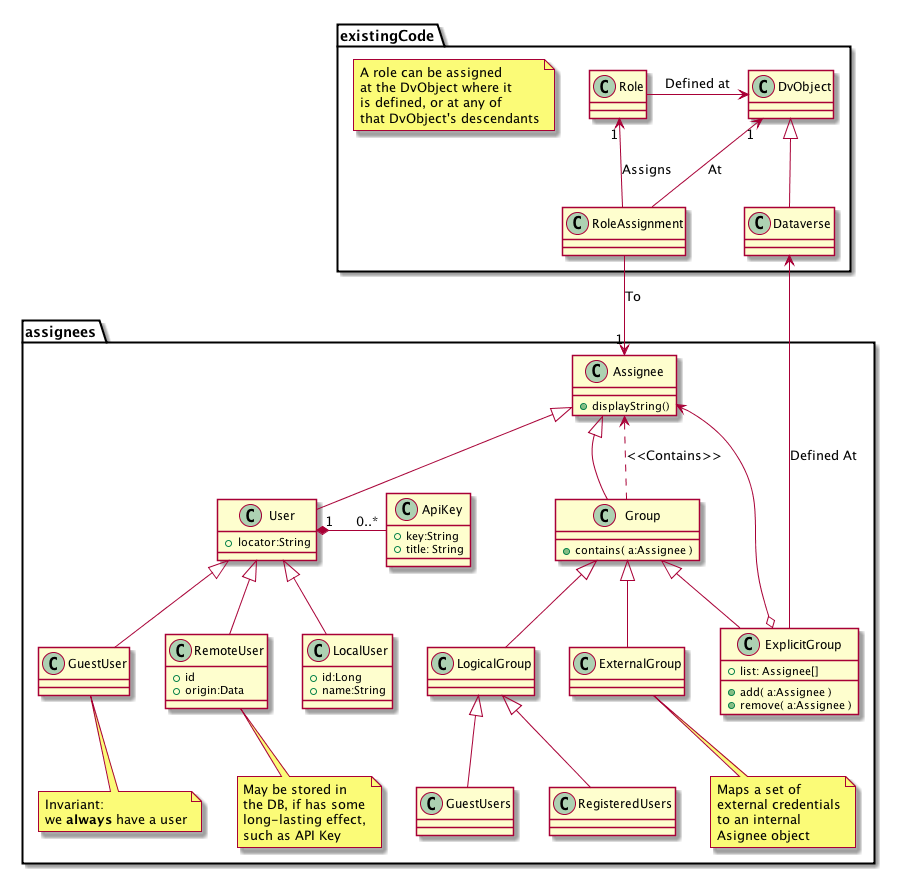
Before: doc/Architecture/UsersAndGroups.png, a diagram exported from PlantUML (IQSS/dataverse).
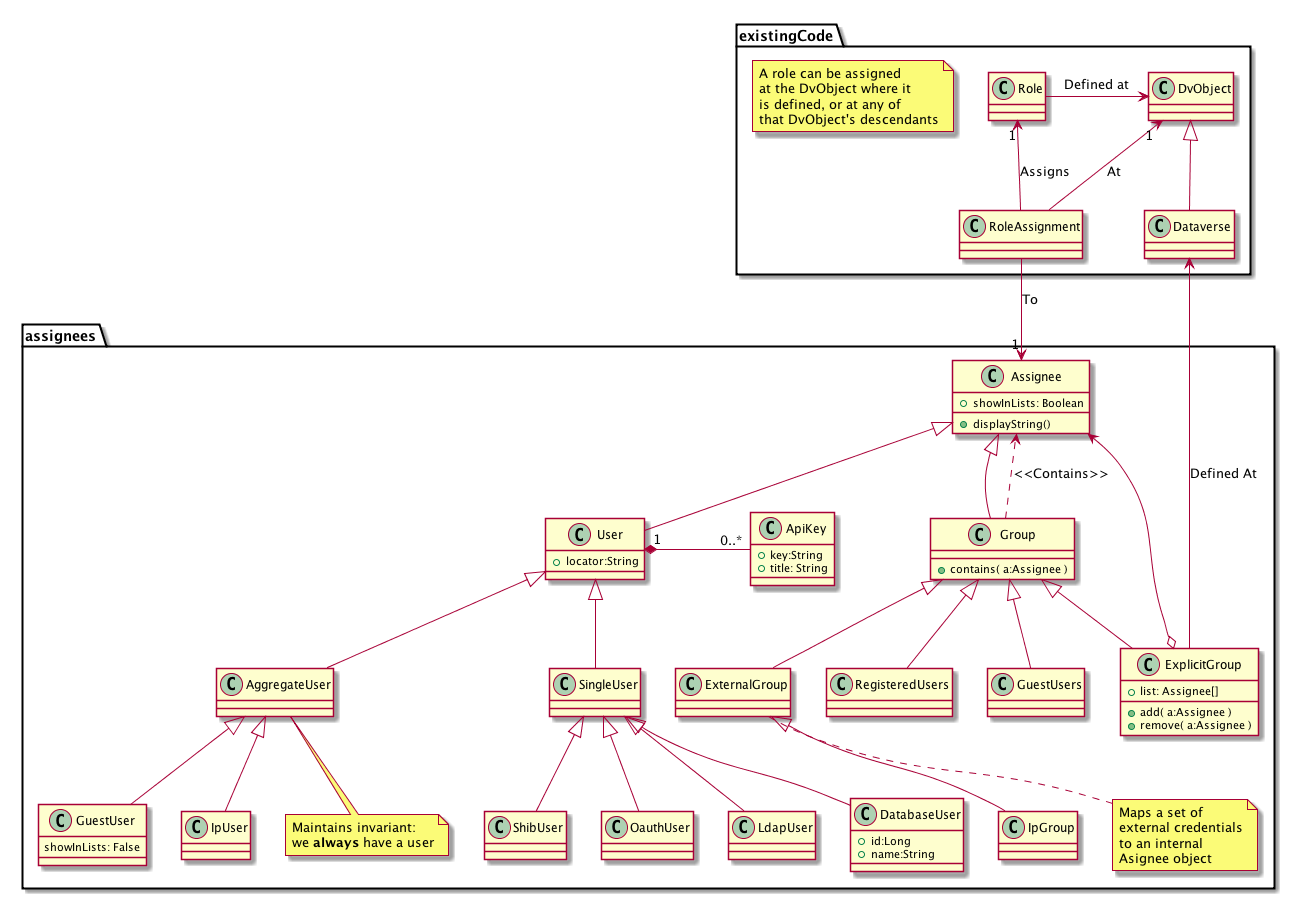
After the change.

Commit message:
updated UsersAndGroups.uml based on meeting with Michael and Raman

What changed in the source:
```diff
@@ -17,35 +17,43 @@
 package assignees {
   class Assignee {
     + displayString()
+    + showInLists: Boolean
   }
 
   class User {
     + locator:String
   }
 
-  class LocalUser {
+  class SingleUser {
+  }
+
+  class IpUser {
+  }
+
+  class AggregateUser {
+  }
+  note bottom
+   Maintains invariant:
+   we <b>always</b> have a user
+  end note
+
+  class DatabaseUser {
     + id:Long
     + name:String
   }
 
+  class ShibUser {
+  }
+
+  class OauthUser {
+  }
+
+  class LdapUser {
+  }
+
   class GuestUser {
-
+    showInLists: False
   }
-  note bottom
-   Invariant:
-   we <b>always</b> have a user
-  end note
-
-  class RemoteUser {
-    + id
-    + origin:Data
-  }
-  note bottom
-    May be stored in
-    the DB, if has some
-    long-lasting effect,
-    such as API Key
-  end note
 
   class ApiKey {
     + key:String
@@ -60,10 +68,6 @@
     + add( a:Assignee )
     + remove( a:Assignee )
     + list: Assignee[]
-  }
-
-  class LogicalGroup {
-
   }
 
   class RegisteredUsers {
@@ -83,17 +87,26 @@
     to an internal
     Asignee object
   end note
+
+  class IpGroup {
+
+  }
 }
 Assignee <|-- User
 Assignee <|-- Group
-User <|-- GuestUser
-User <|-- LocalUser
-User <|-- RemoteUser
+User <|-- SingleUser
+User <|-- AggregateUser
+AggregateUser <|-- GuestUser
+AggregateUser <|-- IpUser
+SingleUser <|-- DatabaseUser
+SingleUser <|-- ShibUser
+SingleUser <|-- OauthUser
+SingleUser <|-- LdapUser
 Group <|-- ExplicitGroup
-Group <|-- LogicalGroup
 Group <|-- ExternalGroup
-LogicalGroup <|-- RegisteredUsers
-LogicalGroup <|-- GuestUsers
+Group <|-- RegisteredUsers
+Group <|-- GuestUsers
+ExternalGroup <|-- IpGroup
 
 User "1" *- "0..*" ApiKey
 
```
